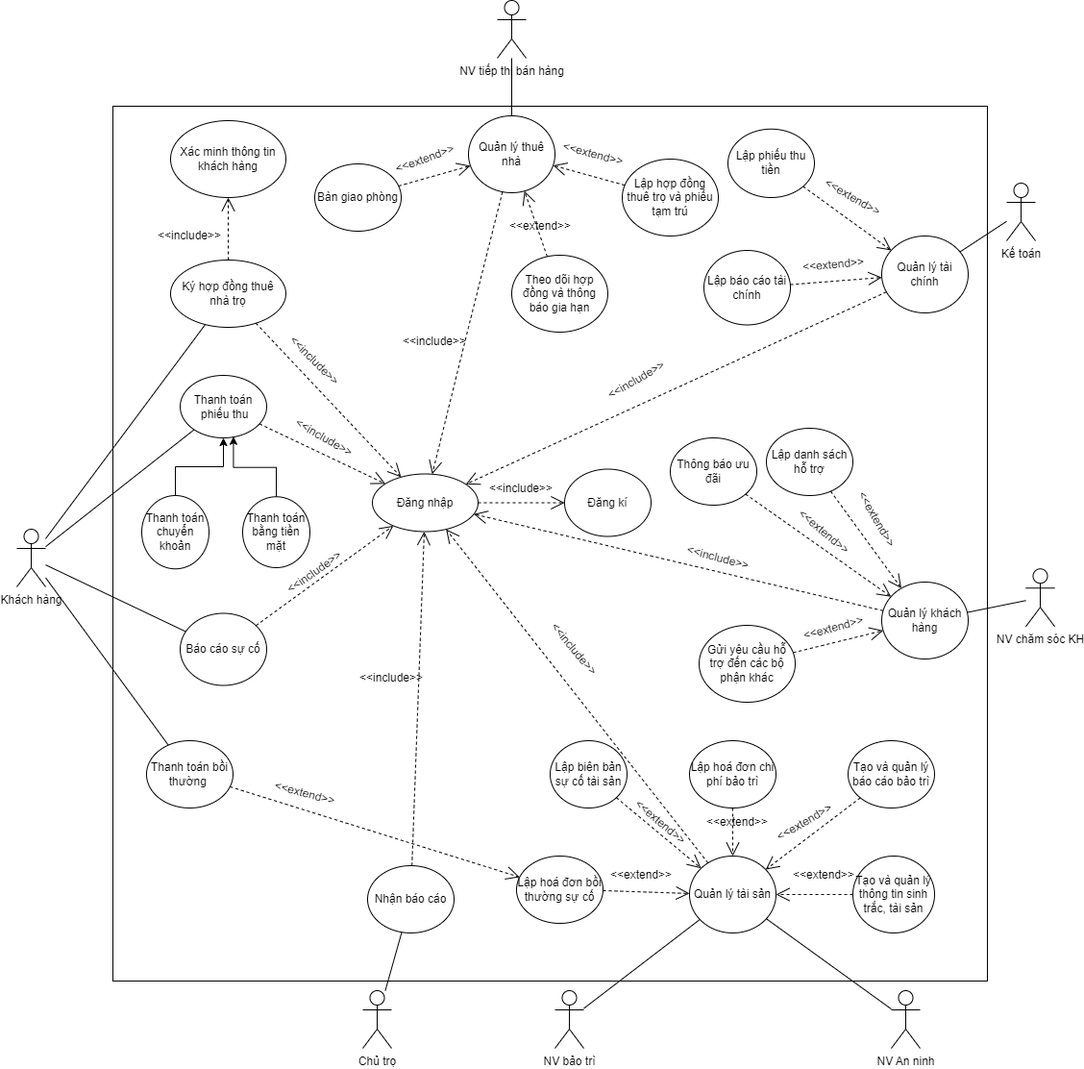
Earlier version of the draw.io export Phân tích thiết kế hệ thống/Tuan7/UseCase.png (Nguyeniris123/DH22IT01OU). Source tidied: cells renumbered, new cells last; positions are measured from the earlier drawing's top-left corner, leaving out a move shared by most shapes.
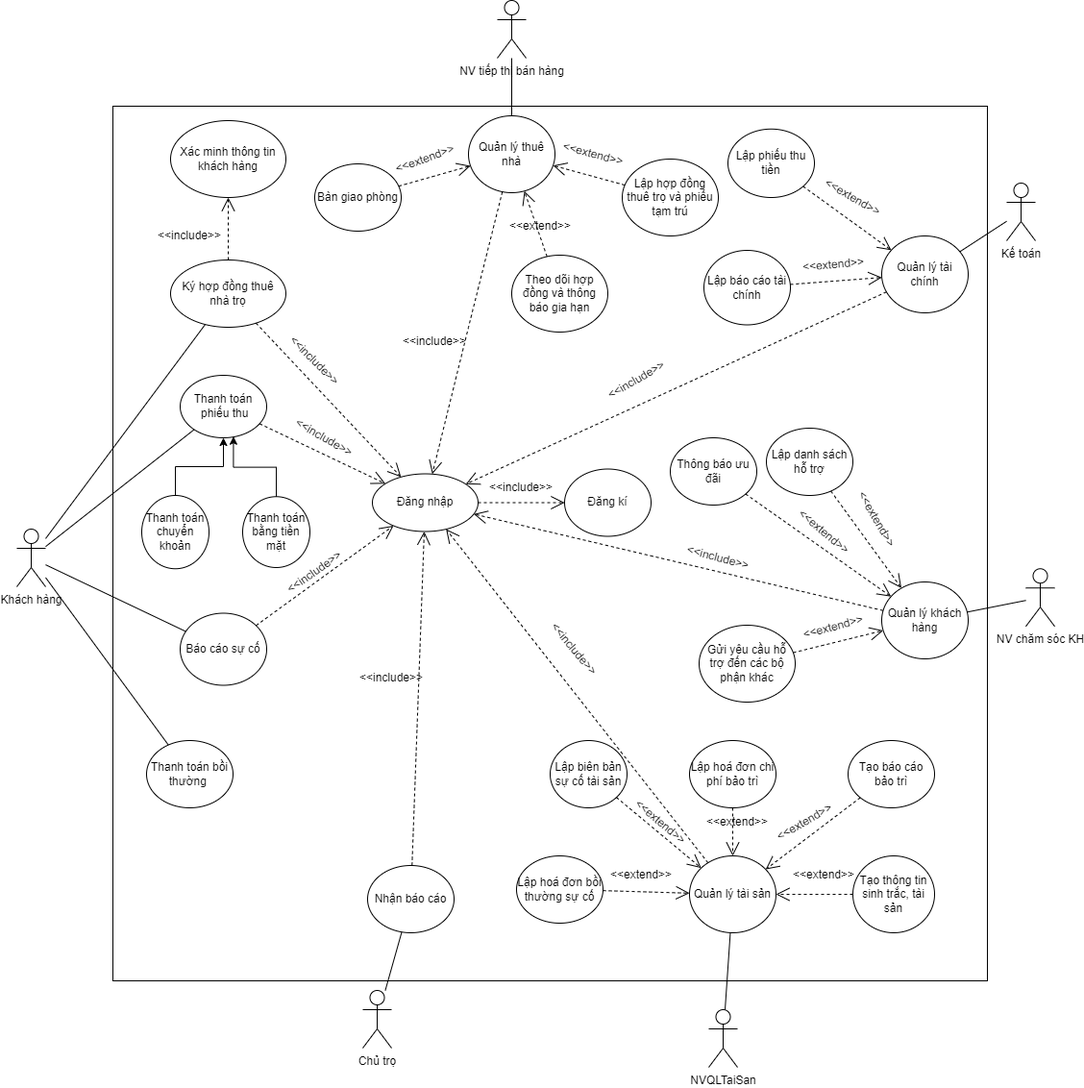
After the change.

The edit, as a diff of the source:
```diff
@@ -65,7 +65,7 @@
     <mxCell id="22" value="Đăng kí" style="ellipse;whiteSpace=wrap;html=1;" parent="1" vertex="1">
       <mxGeometry x="570" y="487.5" width="90" height="70" as="geometry" />
     </mxCell>
-    <mxCell id="23" value="Tạo và quản lý thông tin sinh trắc, tài sản" style="ellipse;whiteSpace=wrap;html=1;" parent="1" vertex="1">
+    <mxCell id="23" value="Tạo thông tin sinh trắc, tài sản" style="ellipse;whiteSpace=wrap;html=1;" parent="1" vertex="1">
       <mxGeometry x="870" y="890" width="85" height="80" as="geometry" />
     </mxCell>
     <mxCell id="24" value="Nhận báo cáo" style="ellipse;whiteSpace=wrap;html=1;" parent="1" vertex="1">
@@ -107,12 +107,9 @@
     <mxCell id="36" value="Quản lý thuê nhà" style="ellipse;whiteSpace=wrap;html=1;" parent="1" vertex="1">
       <mxGeometry x="470" y="120" width="90" height="80" as="geometry" />
     </mxCell>
-    <mxCell id="37" value="NV bảo trì" style="shape=umlActor;verticalLabelPosition=bottom;verticalAlign=top;html=1;outlineConnect=0;" parent="1" vertex="1">
-      <mxGeometry x="560" y="1030" width="30" height="60" as="geometry" />
+    <mxCell id="37" value="NVQLTaiSan" style="shape=umlActor;verticalLabelPosition=bottom;verticalAlign=top;html=1;outlineConnect=0;" parent="1" vertex="1">
+      <mxGeometry x="720" y="1050" width="30" height="60" as="geometry" />
     </mxCell>
-    <mxCell id="38" value="NV An ninh" style="shape=umlActor;verticalLabelPosition=bottom;verticalAlign=top;html=1;outlineConnect=0;" parent="1" vertex="1">
-      <mxGeometry x="910" y="1030" width="30" height="60" as="geometry" />
-    </mxCell>
     <mxCell id="39" value="Kế toán" style="shape=umlActor;verticalLabelPosition=bottom;verticalAlign=top;html=1;outlineConnect=0;" parent="1" vertex="1">
       <mxGeometry x="1030" y="190" width="30" height="60" as="geometry" />
     </mxCell>
@@ -149,13 +146,10 @@
     <mxCell id="50" value="Quản lý tài sản" style="ellipse;whiteSpace=wrap;html=1;" parent="1" vertex="1">
       <mxGeometry x="700" y="890" width="90" height="80" as="geometry" />
     </mxCell>
-    <mxCell id="51" style="endArrow=none;html=1;rounded=0;" parent="1" edge="1" source="50" target="38">
-      <mxGeometry relative="1" as="geometry" />
-    </mxCell>
     <mxCell id="52" value="Lập hoá đơn chi phí bảo trì" style="ellipse;whiteSpace=wrap;html=1;" parent="1" vertex="1">
       <mxGeometry x="700" y="770" width="90" height="70" as="geometry" />
     </mxCell>
-    <mxCell id="53" value="Tạo và quản lý báo cáo bảo trì" style="ellipse;whiteSpace=wrap;html=1;" parent="1" vertex="1">
+    <mxCell id="53" value="Tạo báo cáo bảo trì" style="ellipse;whiteSpace=wrap;html=1;" parent="1" vertex="1">
       <mxGeometry x="865" y="770" width="90" height="70" as="geometry" />
     </mxCell>
     <mxCell id="54" value="&amp;lt;&amp;lt;include&amp;gt;&amp;gt;" style="text;html=1;align=center;verticalAlign=middle;whiteSpace=wrap;rounded=0;" parent="1" vertex="1">
@@ -173,9 +167,6 @@
     <mxCell id="58" value="&amp;lt;&amp;lt;include&amp;gt;&amp;gt;" style="text;html=1;align=center;verticalAlign=middle;whiteSpace=wrap;rounded=0;rotation=15;" parent="1" vertex="1">
       <mxGeometry x="700" y="565" width="60" height="30" as="geometry" />
     </mxCell>
-    <mxCell id="59" value="&amp;lt;&amp;lt;extend&amp;gt;&amp;gt;" style="text;html=1;align=center;verticalAlign=middle;whiteSpace=wrap;rounded=0;rotation=15;" parent="1" vertex="1">
-      <mxGeometry x="270" y="810" width="60" height="30" as="geometry" />
-    </mxCell>
     <mxCell id="60" value="&amp;lt;&amp;lt;extend&amp;gt;&amp;gt;" style="text;html=1;align=center;verticalAlign=middle;whiteSpace=wrap;rounded=0;rotation=-15;" parent="1" vertex="1">
       <mxGeometry x="820" y="637.5" width="60" height="30" as="geometry" />
     </mxCell>
@@ -260,9 +251,6 @@
     <mxCell id="87" style="endArrow=open;endFill=1;endSize=12;html=1;rounded=0;dashed=1;" parent="1" edge="1" source="11" target="6">
       <mxGeometry relative="1" as="geometry" />
     </mxCell>
-    <mxCell id="88" style="endArrow=open;endFill=1;endSize=12;html=1;rounded=0;dashed=1;" parent="1" edge="1" source="26" target="48">
-      <mxGeometry relative="1" as="geometry" />
-    </mxCell>
     <mxCell id="89" style="endArrow=open;endFill=1;endSize=12;html=1;rounded=0;dashed=1;" parent="1" edge="1" source="50" target="6">
       <mxGeometry relative="1" as="geometry" />
     </mxCell>
```
